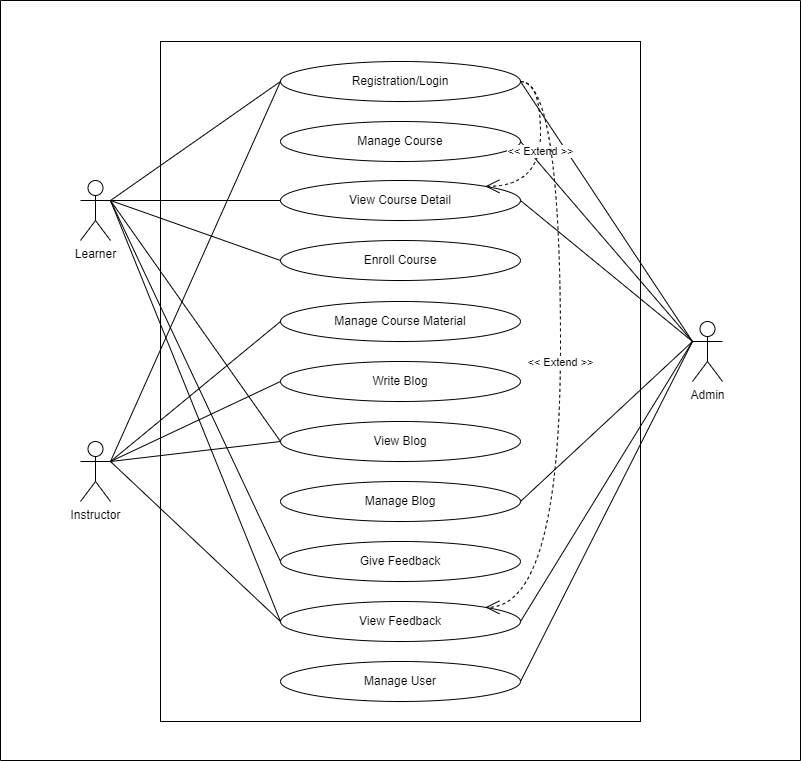
Earlier version of the draw.io export Materials/Use Case Diagrams/Use case.png (iprosenjitp/Tech-School). Source tidied: cells renumbered, new cells last; positions are measured from the earlier drawing's top-left corner, leaving out a move shared by most shapes.
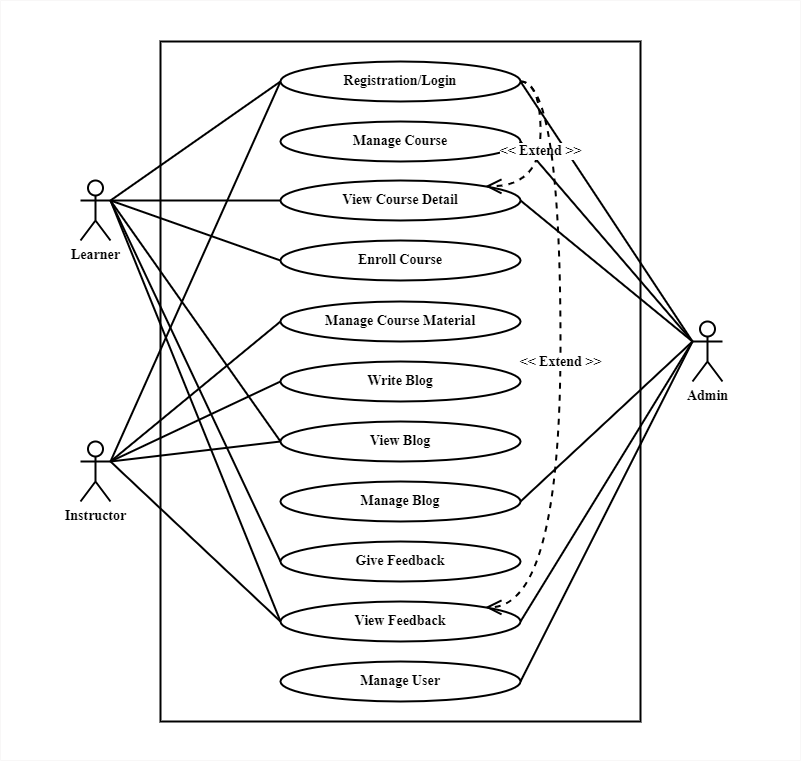
The same diagram one commit later.

What changed in the source:
```diff
@@ -2,85 +2,85 @@
   <root>
     <mxCell id="0" />
     <mxCell id="1" parent="0" />
-    <mxCell id="2" style="html=1;whiteSpace=wrap;" parent="1" vertex="1">
+    <mxCell id="2" style="html=1;whiteSpace=wrap;fontFamily=Times New Roman;fontSize=14;strokeWidth=2;fontStyle=1;" parent="1" vertex="1">
       <mxGeometry x="160" y="41" width="480" height="680" as="geometry" />
     </mxCell>
-    <mxCell id="3" value="Registration/Login" style="ellipse;whiteSpace=wrap;html=1;" parent="1" vertex="1">
+    <mxCell id="3" value="Registration/Login" style="ellipse;whiteSpace=wrap;html=1;fontFamily=Times New Roman;fontSize=14;strokeWidth=2;fontStyle=1;" parent="1" vertex="1">
       <mxGeometry x="280" y="61" width="240" height="40" as="geometry" />
     </mxCell>
-    <mxCell id="4" value="Manage Course" style="ellipse;whiteSpace=wrap;html=1;" parent="1" vertex="1">
+    <mxCell id="4" value="Manage Course" style="ellipse;whiteSpace=wrap;html=1;fontFamily=Times New Roman;fontSize=14;strokeWidth=2;fontStyle=1;" parent="1" vertex="1">
       <mxGeometry x="280" y="121" width="240" height="40" as="geometry" />
     </mxCell>
-    <mxCell id="5" value="View Course Detail" style="ellipse;whiteSpace=wrap;html=1;" parent="1" vertex="1">
+    <mxCell id="5" value="View Course Detail" style="ellipse;whiteSpace=wrap;html=1;fontFamily=Times New Roman;fontSize=14;strokeWidth=2;fontStyle=1;" parent="1" vertex="1">
       <mxGeometry x="280" y="180" width="240" height="40" as="geometry" />
     </mxCell>
-    <mxCell id="6" value="Enroll Course" style="ellipse;whiteSpace=wrap;html=1;" parent="1" vertex="1">
+    <mxCell id="6" value="Enroll Course" style="ellipse;whiteSpace=wrap;html=1;fontFamily=Times New Roman;fontSize=14;strokeWidth=2;fontStyle=1;" parent="1" vertex="1">
       <mxGeometry x="280" y="240" width="240" height="40" as="geometry" />
     </mxCell>
-    <mxCell id="7" value="Manage Course Material" style="ellipse;whiteSpace=wrap;html=1;" parent="1" vertex="1">
+    <mxCell id="7" value="Manage Course Material" style="ellipse;whiteSpace=wrap;html=1;fontFamily=Times New Roman;fontSize=14;strokeWidth=2;fontStyle=1;" parent="1" vertex="1">
       <mxGeometry x="280" y="301" width="240" height="40" as="geometry" />
     </mxCell>
-    <mxCell id="8" value="View Feedback" style="ellipse;whiteSpace=wrap;html=1;" parent="1" vertex="1">
+    <mxCell id="8" value="View Feedback" style="ellipse;whiteSpace=wrap;html=1;fontFamily=Times New Roman;fontSize=14;strokeWidth=2;fontStyle=1;" parent="1" vertex="1">
       <mxGeometry x="280" y="601" width="240" height="40" as="geometry" />
     </mxCell>
-    <mxCell id="9" value="Learner" style="shape=umlActor;verticalLabelPosition=bottom;verticalAlign=top;html=1;outlineConnect=0;" parent="1" vertex="1">
+    <mxCell id="9" value="Learner" style="shape=umlActor;verticalLabelPosition=bottom;verticalAlign=top;html=1;outlineConnect=0;fontFamily=Times New Roman;fontSize=14;strokeWidth=2;fontStyle=1;" parent="1" vertex="1">
       <mxGeometry x="80" y="180" width="30" height="60" as="geometry" />
     </mxCell>
-    <mxCell id="10" style="endArrow=none;html=1;rounded=0;exitX=1;exitY=0.3333333333333333;exitDx=0;exitDy=0;exitPerimeter=0;entryX=0;entryY=0.5;entryDx=0;entryDy=0;" parent="1" edge="1" source="9" target="3">
+    <mxCell id="10" style="endArrow=none;html=1;rounded=0;exitX=1;exitY=0.3333333333333333;exitDx=0;exitDy=0;exitPerimeter=0;entryX=0;entryY=0.5;entryDx=0;entryDy=0;fontFamily=Times New Roman;fontSize=14;strokeWidth=2;fontStyle=1;" parent="1" edge="1" source="9" target="3">
       <mxGeometry relative="1" as="geometry" />
     </mxCell>
-    <mxCell id="11" style="endArrow=none;html=1;rounded=0;exitX=1;exitY=0.3333333333333333;exitDx=0;exitDy=0;exitPerimeter=0;entryX=0;entryY=0.5;entryDx=0;entryDy=0;" parent="1" edge="1" source="9" target="5">
+    <mxCell id="11" style="endArrow=none;html=1;rounded=0;exitX=1;exitY=0.3333333333333333;exitDx=0;exitDy=0;exitPerimeter=0;entryX=0;entryY=0.5;entryDx=0;entryDy=0;fontFamily=Times New Roman;fontSize=14;strokeWidth=2;fontStyle=1;" parent="1" edge="1" source="9" target="5">
       <mxGeometry relative="1" as="geometry" />
     </mxCell>
-    <mxCell id="12" style="endArrow=none;html=1;rounded=0;exitX=1;exitY=0.3333333333333333;exitDx=0;exitDy=0;exitPerimeter=0;entryX=0;entryY=0.5;entryDx=0;entryDy=0;" parent="1" edge="1" source="9" target="6">
+    <mxCell id="12" style="endArrow=none;html=1;rounded=0;exitX=1;exitY=0.3333333333333333;exitDx=0;exitDy=0;exitPerimeter=0;entryX=0;entryY=0.5;entryDx=0;entryDy=0;fontFamily=Times New Roman;fontSize=14;strokeWidth=2;fontStyle=1;" parent="1" edge="1" source="9" target="6">
       <mxGeometry relative="1" as="geometry" />
     </mxCell>
-    <mxCell id="13" style="endArrow=none;html=1;rounded=0;exitX=1;exitY=0.3333333333333333;exitDx=0;exitDy=0;exitPerimeter=0;entryX=0;entryY=0.5;entryDx=0;entryDy=0;" parent="1" edge="1" source="9" target="32">
+    <mxCell id="13" style="endArrow=none;html=1;rounded=0;exitX=1;exitY=0.3333333333333333;exitDx=0;exitDy=0;exitPerimeter=0;entryX=0;entryY=0.5;entryDx=0;entryDy=0;fontFamily=Times New Roman;fontSize=14;strokeWidth=2;fontStyle=1;" parent="1" edge="1" source="9" target="32">
       <mxGeometry relative="1" as="geometry" />
     </mxCell>
-    <mxCell id="14" style="endArrow=none;html=1;rounded=0;exitX=1;exitY=0.3333333333333333;exitDx=0;exitDy=0;exitPerimeter=0;entryX=0;entryY=0.5;entryDx=0;entryDy=0;" parent="1" edge="1" source="9" target="36">
+    <mxCell id="14" style="endArrow=none;html=1;rounded=0;exitX=1;exitY=0.3333333333333333;exitDx=0;exitDy=0;exitPerimeter=0;entryX=0;entryY=0.5;entryDx=0;entryDy=0;fontFamily=Times New Roman;fontSize=14;strokeWidth=2;fontStyle=1;" parent="1" edge="1" source="9" target="36">
       <mxGeometry relative="1" as="geometry" />
     </mxCell>
-    <mxCell id="15" style="endArrow=none;html=1;rounded=0;exitX=1;exitY=0.3333333333333333;exitDx=0;exitDy=0;exitPerimeter=0;entryX=0;entryY=0.5;entryDx=0;entryDy=0;" parent="1" edge="1" source="9" target="8">
+    <mxCell id="15" style="endArrow=none;html=1;rounded=0;exitX=1;exitY=0.3333333333333333;exitDx=0;exitDy=0;exitPerimeter=0;entryX=0;entryY=0.5;entryDx=0;entryDy=0;fontFamily=Times New Roman;fontSize=14;strokeWidth=2;fontStyle=1;" parent="1" edge="1" source="9" target="8">
       <mxGeometry relative="1" as="geometry" />
     </mxCell>
-    <mxCell id="16" value="Instructor" style="shape=umlActor;verticalLabelPosition=bottom;verticalAlign=top;html=1;outlineConnect=0;" parent="1" vertex="1">
+    <mxCell id="16" value="Instructor" style="shape=umlActor;verticalLabelPosition=bottom;verticalAlign=top;html=1;outlineConnect=0;fontFamily=Times New Roman;fontSize=14;strokeWidth=2;fontStyle=1;" parent="1" vertex="1">
       <mxGeometry x="80" y="441" width="30" height="60" as="geometry" />
     </mxCell>
-    <mxCell id="17" style="endArrow=none;html=1;rounded=0;exitX=1;exitY=0.3333333333333333;exitDx=0;exitDy=0;exitPerimeter=0;entryX=0;entryY=0.5;entryDx=0;entryDy=0;" parent="1" edge="1" source="16" target="3">
+    <mxCell id="17" style="endArrow=none;html=1;rounded=0;exitX=1;exitY=0.3333333333333333;exitDx=0;exitDy=0;exitPerimeter=0;entryX=0;entryY=0.5;entryDx=0;entryDy=0;fontFamily=Times New Roman;fontSize=14;strokeWidth=2;fontStyle=1;" parent="1" edge="1" source="16" target="3">
       <mxGeometry relative="1" as="geometry" />
     </mxCell>
-    <mxCell id="18" style="endArrow=none;html=1;rounded=0;exitX=1;exitY=0.3333333333333333;exitDx=0;exitDy=0;exitPerimeter=0;entryX=0;entryY=0.5;entryDx=0;entryDy=0;" parent="1" edge="1" source="16" target="7">
+    <mxCell id="18" style="endArrow=none;html=1;rounded=0;exitX=1;exitY=0.3333333333333333;exitDx=0;exitDy=0;exitPerimeter=0;entryX=0;entryY=0.5;entryDx=0;entryDy=0;fontFamily=Times New Roman;fontSize=14;strokeWidth=2;fontStyle=1;" parent="1" edge="1" source="16" target="7">
       <mxGeometry relative="1" as="geometry" />
     </mxCell>
-    <mxCell id="19" style="endArrow=none;html=1;rounded=0;exitX=1;exitY=0.3333333333333333;exitDx=0;exitDy=0;exitPerimeter=0;entryX=0;entryY=0.5;entryDx=0;entryDy=0;" parent="1" edge="1" source="16" target="35">
+    <mxCell id="19" style="endArrow=none;html=1;rounded=0;exitX=1;exitY=0.3333333333333333;exitDx=0;exitDy=0;exitPerimeter=0;entryX=0;entryY=0.5;entryDx=0;entryDy=0;fontFamily=Times New Roman;fontSize=14;strokeWidth=2;fontStyle=1;" parent="1" edge="1" source="16" target="35">
       <mxGeometry relative="1" as="geometry" />
     </mxCell>
-    <mxCell id="20" style="endArrow=none;html=1;rounded=0;exitX=1;exitY=0.3333333333333333;exitDx=0;exitDy=0;exitPerimeter=0;entryX=0;entryY=0.5;entryDx=0;entryDy=0;" parent="1" edge="1" source="16" target="32">
+    <mxCell id="20" style="endArrow=none;html=1;rounded=0;exitX=1;exitY=0.3333333333333333;exitDx=0;exitDy=0;exitPerimeter=0;entryX=0;entryY=0.5;entryDx=0;entryDy=0;fontFamily=Times New Roman;fontSize=14;strokeWidth=2;fontStyle=1;" parent="1" edge="1" source="16" target="32">
       <mxGeometry relative="1" as="geometry" />
     </mxCell>
-    <mxCell id="21" style="endArrow=none;html=1;rounded=0;exitX=1;exitY=0.3333333333333333;exitDx=0;exitDy=0;exitPerimeter=0;entryX=0;entryY=0.5;entryDx=0;entryDy=0;" parent="1" edge="1" source="16" target="8">
+    <mxCell id="21" style="endArrow=none;html=1;rounded=0;exitX=1;exitY=0.3333333333333333;exitDx=0;exitDy=0;exitPerimeter=0;entryX=0;entryY=0.5;entryDx=0;entryDy=0;fontFamily=Times New Roman;fontSize=14;strokeWidth=2;fontStyle=1;" parent="1" edge="1" source="16" target="8">
       <mxGeometry relative="1" as="geometry" />
     </mxCell>
-    <mxCell id="22" value="Admin" style="shape=umlActor;verticalLabelPosition=bottom;verticalAlign=top;html=1;outlineConnect=0;" parent="1" vertex="1">
+    <mxCell id="22" value="Admin" style="shape=umlActor;verticalLabelPosition=bottom;verticalAlign=top;html=1;outlineConnect=0;fontFamily=Times New Roman;fontSize=14;strokeWidth=2;fontStyle=1;" parent="1" vertex="1">
       <mxGeometry x="692" y="321" width="30" height="60" as="geometry" />
     </mxCell>
-    <mxCell id="23" style="endArrow=none;html=1;rounded=0;entryX=1;entryY=0.5;entryDx=0;entryDy=0;exitX=0;exitY=0.3333333333333333;exitDx=0;exitDy=0;exitPerimeter=0;" parent="1" edge="1" source="22" target="3">
+    <mxCell id="23" style="endArrow=none;html=1;rounded=0;entryX=1;entryY=0.5;entryDx=0;entryDy=0;exitX=0;exitY=0.3333333333333333;exitDx=0;exitDy=0;exitPerimeter=0;fontFamily=Times New Roman;fontSize=14;strokeWidth=2;fontStyle=1;" parent="1" edge="1" source="22" target="3">
       <mxGeometry relative="1" as="geometry" />
     </mxCell>
-    <mxCell id="24" style="endArrow=none;html=1;rounded=0;entryX=1;entryY=0.5;entryDx=0;entryDy=0;exitX=0;exitY=0.3333333333333333;exitDx=0;exitDy=0;exitPerimeter=0;" parent="1" edge="1" source="22" target="4">
+    <mxCell id="24" style="endArrow=none;html=1;rounded=0;entryX=1;entryY=0.5;entryDx=0;entryDy=0;exitX=0;exitY=0.3333333333333333;exitDx=0;exitDy=0;exitPerimeter=0;fontFamily=Times New Roman;fontSize=14;strokeWidth=2;fontStyle=1;" parent="1" edge="1" source="22" target="4">
       <mxGeometry relative="1" as="geometry" />
     </mxCell>
-    <mxCell id="25" style="endArrow=none;html=1;rounded=0;entryX=0;entryY=0.3333333333333333;entryDx=0;entryDy=0;entryPerimeter=0;exitX=1;exitY=0.5;exitDx=0;exitDy=0;" parent="1" edge="1" source="8" target="22">
+    <mxCell id="25" style="endArrow=none;html=1;rounded=0;entryX=0;entryY=0.3333333333333333;entryDx=0;entryDy=0;entryPerimeter=0;exitX=1;exitY=0.5;exitDx=0;exitDy=0;fontFamily=Times New Roman;fontSize=14;strokeWidth=2;fontStyle=1;" parent="1" edge="1" source="8" target="22">
       <mxGeometry relative="1" as="geometry" />
     </mxCell>
-    <mxCell id="26" style="endArrow=none;html=1;rounded=0;entryX=1;entryY=0.5;entryDx=0;entryDy=0;exitX=0;exitY=0.3333333333333333;exitDx=0;exitDy=0;exitPerimeter=0;" parent="1" edge="1" source="22" target="5">
+    <mxCell id="26" style="endArrow=none;html=1;rounded=0;entryX=1;entryY=0.5;entryDx=0;entryDy=0;exitX=0;exitY=0.3333333333333333;exitDx=0;exitDy=0;exitPerimeter=0;fontFamily=Times New Roman;fontSize=14;strokeWidth=2;fontStyle=1;" parent="1" edge="1" source="22" target="5">
       <mxGeometry relative="1" as="geometry" />
     </mxCell>
-    <mxCell id="27" style="endArrow=none;html=1;rounded=0;exitX=1;exitY=0.5;exitDx=0;exitDy=0;entryX=0;entryY=0.3333333333333333;entryDx=0;entryDy=0;entryPerimeter=0;" parent="1" edge="1" source="34" target="22">
+    <mxCell id="27" style="endArrow=none;html=1;rounded=0;exitX=1;exitY=0.5;exitDx=0;exitDy=0;entryX=0;entryY=0.3333333333333333;entryDx=0;entryDy=0;entryPerimeter=0;fontFamily=Times New Roman;fontSize=14;strokeWidth=2;fontStyle=1;" parent="1" edge="1" source="34" target="22">
       <mxGeometry relative="1" as="geometry" />
     </mxCell>
-    <mxCell id="28" value="&amp;lt;&amp;lt; Extend &amp;gt;&amp;gt;" style="endArrow=open;endSize=12;dashed=1;html=1;rounded=0;exitX=1;exitY=0.5;exitDx=0;exitDy=0;entryX=1;entryY=0;entryDx=0;entryDy=0;edgeStyle=orthogonalEdgeStyle;curved=1;" parent="1" edge="1" source="3" target="5">
+    <mxCell id="28" value="&amp;lt;&amp;lt; Extend &amp;gt;&amp;gt;" style="endArrow=open;endSize=12;dashed=1;html=1;rounded=0;exitX=1;exitY=0.5;exitDx=0;exitDy=0;entryX=1;entryY=0;entryDx=0;entryDy=0;edgeStyle=orthogonalEdgeStyle;curved=1;fontFamily=Times New Roman;fontSize=14;strokeWidth=2;fontStyle=1;" parent="1" edge="1" source="3" target="5">
       <mxGeometry relative="1" as="geometry">
         <Array as="points">
           <mxPoint x="540" y="81" />
@@ -88,10 +88,10 @@
         </Array>
       </mxGeometry>
     </mxCell>
-    <mxCell id="29" style="endArrow=none;html=1;rounded=0;exitX=1;exitY=0.5;exitDx=0;exitDy=0;entryX=0;entryY=0.3333333333333333;entryDx=0;entryDy=0;entryPerimeter=0;" parent="1" edge="1" source="33" target="22">
+    <mxCell id="29" style="endArrow=none;html=1;rounded=0;exitX=1;exitY=0.5;exitDx=0;exitDy=0;entryX=0;entryY=0.3333333333333333;entryDx=0;entryDy=0;entryPerimeter=0;fontFamily=Times New Roman;fontSize=14;strokeWidth=2;fontStyle=1;" parent="1" edge="1" source="33" target="22">
       <mxGeometry relative="1" as="geometry" />
     </mxCell>
-    <mxCell id="30" value="&amp;lt;&amp;lt; Extend &amp;gt;&amp;gt;" style="endArrow=open;endSize=12;dashed=1;html=1;rounded=0;exitX=1;exitY=0.5;exitDx=0;exitDy=0;edgeStyle=orthogonalEdgeStyle;curved=1;entryX=1;entryY=0;entryDx=0;entryDy=0;" parent="1" edge="1" source="3" target="8">
+    <mxCell id="30" value="&amp;lt;&amp;lt; Extend &amp;gt;&amp;gt;" style="endArrow=open;endSize=12;dashed=1;html=1;rounded=0;exitX=1;exitY=0.5;exitDx=0;exitDy=0;edgeStyle=orthogonalEdgeStyle;curved=1;entryX=1;entryY=0;entryDx=0;entryDy=0;fontFamily=Times New Roman;fontSize=14;strokeWidth=2;fontStyle=1;" parent="1" edge="1" source="3" target="8">
       <mxGeometry relative="1" as="geometry">
         <Array as="points">
           <mxPoint x="560" y="81" />
@@ -99,22 +99,22 @@
         </Array>
       </mxGeometry>
     </mxCell>
-    <mxCell id="31" style="swimlane;startSize=0;" parent="1" vertex="1">
+    <mxCell id="31" style="swimlane;startSize=0;fontFamily=Times New Roman;fontSize=14;strokeWidth=1;strokeColor=#f8f7f7;fontStyle=1;" parent="1" vertex="1">
       <mxGeometry width="800" height="760" as="geometry" />
     </mxCell>
-    <mxCell id="32" value="View Blog" style="ellipse;whiteSpace=wrap;html=1;" parent="31" vertex="1">
+    <mxCell id="32" value="View Blog" style="ellipse;whiteSpace=wrap;html=1;fontFamily=Times New Roman;fontSize=14;strokeWidth=2;fontStyle=1;" parent="31" vertex="1">
       <mxGeometry x="280" y="421" width="240" height="40" as="geometry" />
     </mxCell>
-    <mxCell id="33" value="Manage Blog" style="ellipse;whiteSpace=wrap;html=1;" parent="31" vertex="1">
+    <mxCell id="33" value="Manage Blog" style="ellipse;whiteSpace=wrap;html=1;fontFamily=Times New Roman;fontSize=14;strokeWidth=2;fontStyle=1;" parent="31" vertex="1">
       <mxGeometry x="280" y="481" width="240" height="40" as="geometry" />
     </mxCell>
-    <mxCell id="34" value="Manage User" style="ellipse;whiteSpace=wrap;html=1;" parent="31" vertex="1">
+    <mxCell id="34" value="Manage User" style="ellipse;whiteSpace=wrap;html=1;fontFamily=Times New Roman;fontSize=14;strokeWidth=2;fontStyle=1;" parent="31" vertex="1">
       <mxGeometry x="280" y="661" width="240" height="40" as="geometry" />
     </mxCell>
-    <mxCell id="35" value="Write Blog" style="ellipse;whiteSpace=wrap;html=1;" parent="31" vertex="1">
+    <mxCell id="35" value="Write Blog" style="ellipse;whiteSpace=wrap;html=1;fontFamily=Times New Roman;fontSize=14;strokeWidth=2;fontStyle=1;" parent="31" vertex="1">
       <mxGeometry x="280" y="361" width="240" height="40" as="geometry" />
     </mxCell>
-    <mxCell id="36" value="Give Feedback" style="ellipse;whiteSpace=wrap;html=1;" parent="31" vertex="1">
+    <mxCell id="36" value="Give Feedback" style="ellipse;whiteSpace=wrap;html=1;fontFamily=Times New Roman;fontSize=14;strokeWidth=2;fontStyle=1;" parent="31" vertex="1">
       <mxGeometry x="280" y="541" width="240" height="40" as="geometry" />
     </mxCell>
   </root>
```
